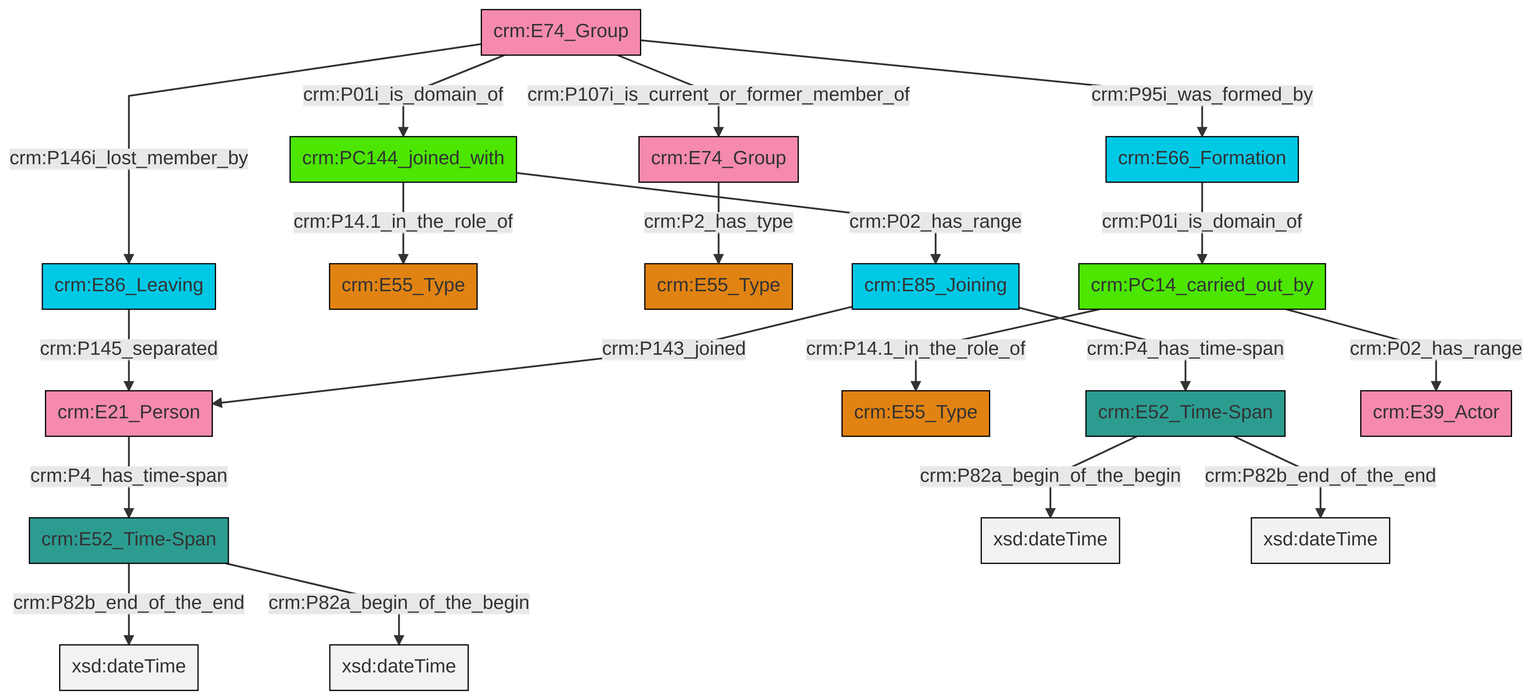
swiss-art-research-net/reference-data-models keeps this Mermaid diagram as et/groupCSV/ttl/mmd/png/group_actor_relations.png. Above is the earlier version. Its source is kept beside it as et/groupCSV/ttl/mmd/group_actor_relations.ttl.mmd.
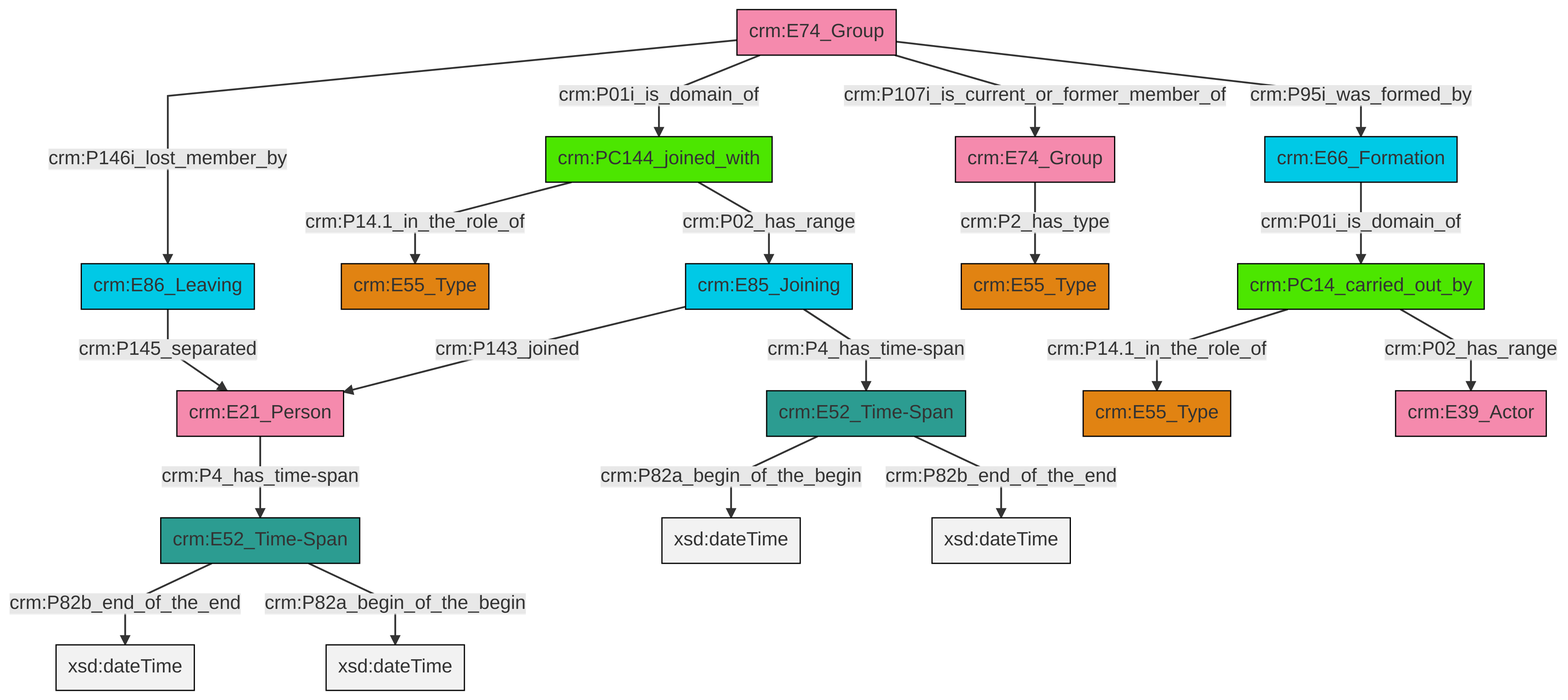
After the commit.

What changed in the source:
```diff
@@ -13,21 +13,21 @@
 classDef PC_Classes fill:#4ce600, stroke:#000000;
 classDef Multi fill:#cccccc,stroke:#000000;
 
-0["crm:E52_Time-Span"]:::Time-Span -->|crm:P82b_end_of_the_end| 1[xsd:dateTime]:::Literal
-2["crm:PC144_joined_with"]:::PC_Classes -->|crm:P02_has_range| 3["crm:E85_Joining"]:::Temporal_Entity
-2["crm:PC144_joined_with"]:::PC_Classes -->|crm:P14.1_in_the_role_of| 4["crm:E55_Type"]:::Type
-5["crm:E74_Group"]:::Actor -->|crm:P2_has_type| 6["crm:E55_Type"]:::Type
-7["crm:E52_Time-Span"]:::Time-Span -->|crm:P82a_begin_of_the_begin| 8[xsd:dateTime]:::Literal
-12["crm:E66_Formation"]:::Temporal_Entity -->|crm:P01i_is_domain_of| 19["crm:PC14_carried_out_by"]:::PC_Classes
-0["crm:E52_Time-Span"]:::Time-Span -->|crm:P82a_begin_of_the_begin| 20[xsd:dateTime]:::Literal
-3["crm:E85_Joining"]:::Temporal_Entity -->|crm:P4_has_time-span| 7["crm:E52_Time-Span"]:::Time-Span
-15["crm:E86_Leaving"]:::Temporal_Entity -->|crm:P145_separated| 22["crm:E21_Person"]:::Actor
-23["crm:E74_Group"]:::Actor -->|crm:P146i_lost_member_by| 15["crm:E86_Leaving"]:::Temporal_Entity
-19["crm:PC14_carried_out_by"]:::PC_Classes -->|crm:P14.1_in_the_role_of| 9["crm:E55_Type"]:::Type
-22["crm:E21_Person"]:::Actor -->|crm:P4_has_time-span| 0["crm:E52_Time-Span"]:::Time-Span
-3["crm:E85_Joining"]:::Temporal_Entity -->|crm:P143_joined| 22["crm:E21_Person"]:::Actor
-23["crm:E74_Group"]:::Actor -->|crm:P95i_was_formed_by| 12["crm:E66_Formation"]:::Temporal_Entity
-7["crm:E52_Time-Span"]:::Time-Span -->|crm:P82b_end_of_the_end| 29[xsd:dateTime]:::Literal
-23["crm:E74_Group"]:::Actor -->|crm:P107i_is_current_or_former_member_of| 5["crm:E74_Group"]:::Actor
-23["crm:E74_Group"]:::Actor -->|crm:P01i_is_domain_of| 2["crm:PC144_joined_with"]:::PC_Classes
-19["crm:PC14_carried_out_by"]:::PC_Classes -->|crm:P02_has_range| 24["crm:E39_Actor"]:::Actor
+2["crm:PC144_joined_with"]:::PC_Classes -->|crm:P14.1_in_the_role_of| 0["crm:E55_Type"]:::Type
+5["crm:E74_Group"]:::Actor -->|crm:P146i_lost_member_by| 6["crm:E86_Leaving"]:::Temporal_Entity
+6["crm:E86_Leaving"]:::Temporal_Entity -->|crm:P145_separated| 3["crm:E21_Person"]:::Actor
+11["crm:E52_Time-Span"]:::Time-Span -->|crm:P82a_begin_of_the_begin| 12[xsd:dateTime]:::Literal
+13["crm:E66_Formation"]:::Temporal_Entity -->|crm:P01i_is_domain_of| 9["crm:PC14_carried_out_by"]:::PC_Classes
+11["crm:E52_Time-Span"]:::Time-Span -->|crm:P82b_end_of_the_end| 19[xsd:dateTime]:::Literal
+22["crm:E52_Time-Span"]:::Time-Span -->|crm:P82b_end_of_the_end| 27[xsd:dateTime]:::Literal
+5["crm:E74_Group"]:::Actor -->|crm:P01i_is_domain_of| 2["crm:PC144_joined_with"]:::PC_Classes
+16["crm:E85_Joining"]:::Temporal_Entity -->|crm:P143_joined| 3["crm:E21_Person"]:::Actor
+9["crm:PC14_carried_out_by"]:::PC_Classes -->|crm:P14.1_in_the_role_of| 7["crm:E55_Type"]:::Type
+22["crm:E52_Time-Span"]:::Time-Span -->|crm:P82a_begin_of_the_begin| 30[xsd:dateTime]:::Literal
+3["crm:E21_Person"]:::Actor -->|crm:P4_has_time-span| 22["crm:E52_Time-Span"]:::Time-Span
+2["crm:PC144_joined_with"]:::PC_Classes -->|crm:P02_has_range| 16["crm:E85_Joining"]:::Temporal_Entity
+14["crm:E74_Group"]:::Actor -->|crm:P2_has_type| 28["crm:E55_Type"]:::Type
+16["crm:E85_Joining"]:::Temporal_Entity -->|crm:P4_has_time-span| 11["crm:E52_Time-Span"]:::Time-Span
+5["crm:E74_Group"]:::Actor -->|crm:P107i_is_current_or_former_member_of| 14["crm:E74_Group"]:::Actor
+9["crm:PC14_carried_out_by"]:::PC_Classes -->|crm:P02_has_range| 33["crm:E39_Actor"]:::Actor
+5["crm:E74_Group"]:::Actor -->|crm:P95i_was_formed_by| 13["crm:E66_Formation"]:::Temporal_Entity
```
